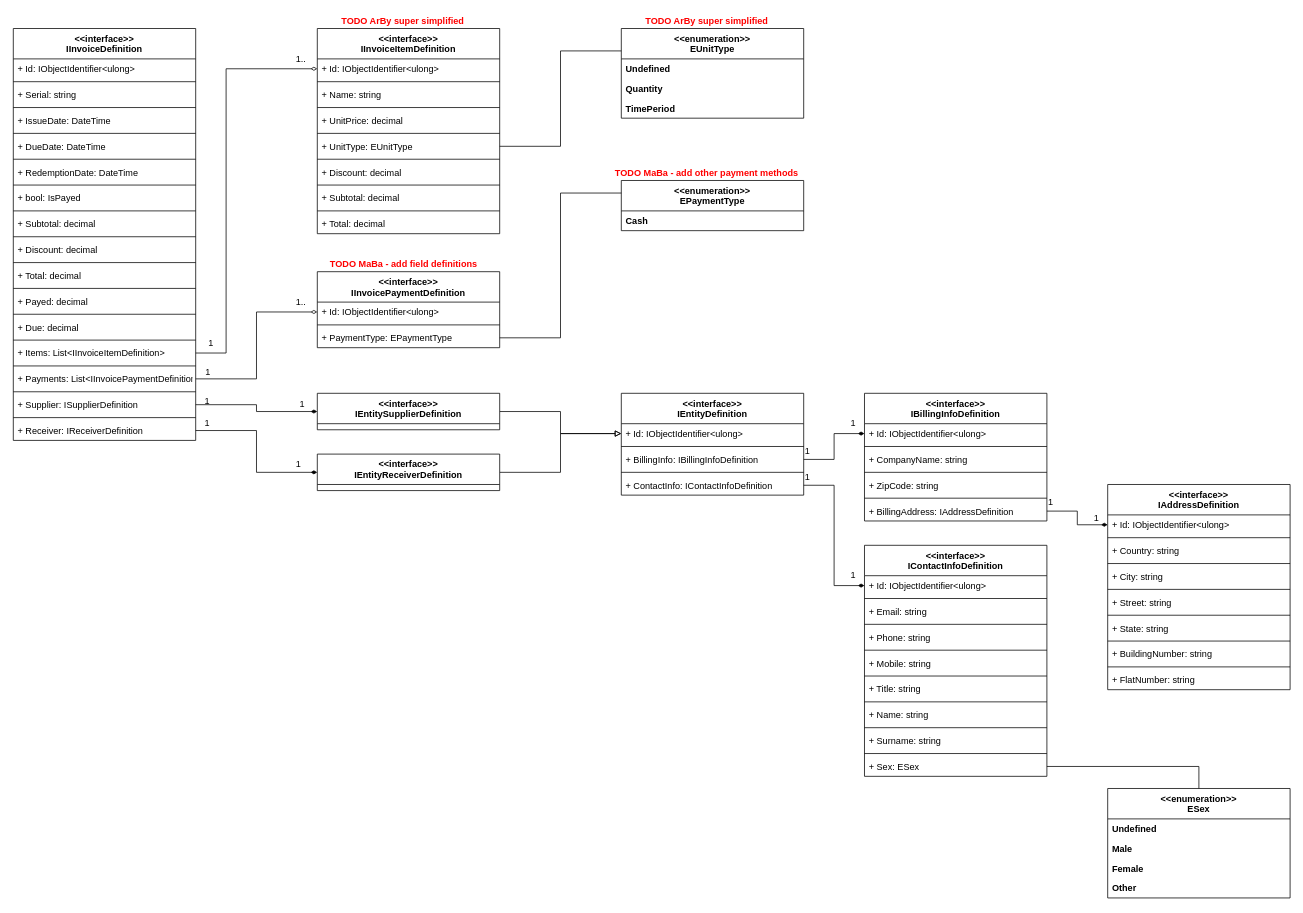
Earlier version of the draw.io diagram Documentation/Diagrams/UML-Model/ivms-model-uml-source.drawio (MaciejBesaraba/wsei-InvoiceManagmentStudio). Source tidied: cells renumbered, new cells numbered last; positions are measured from the earlier drawing's top-left corner, leaving out a move shared by most shapes. Both pictures are drawn from the tidied source at 76%, with x=0, y=0 at pixel (13, 13).
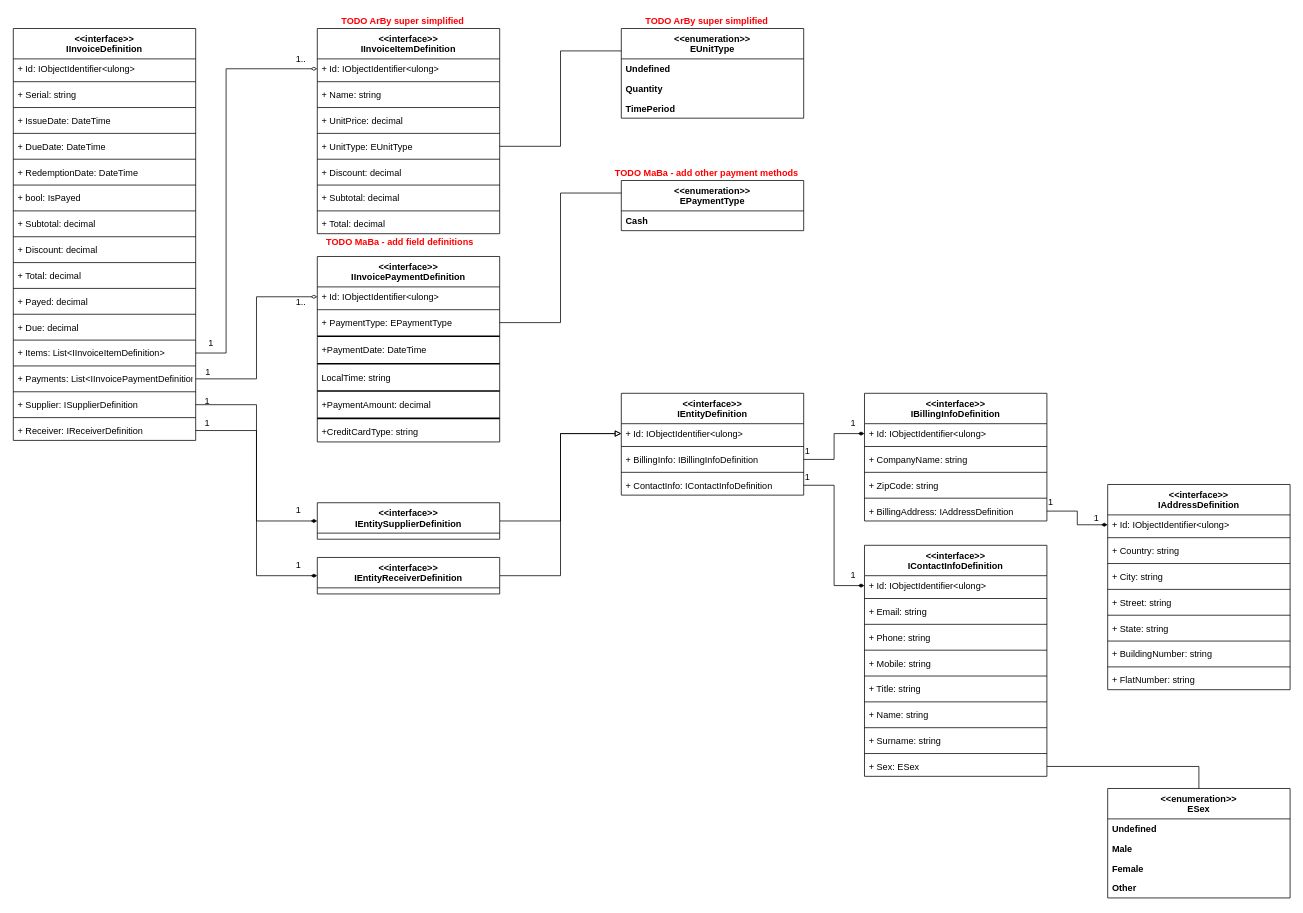
After the change.

What changed in the source:
```diff
@@
     <mxCell id="46" value="&lt;&lt;interface&gt;&gt;&#10;IInvoicePaymentDefinition" style="swimlane;fontStyle=1;align=center;verticalAlign=top;horizontal=1;startSize=40;" parent="1" vertex="1">
-      <mxGeometry x="400" y="340" width="240" height="100" as="geometry" />
+      <mxGeometry x="400" y="320" width="240" height="244" as="geometry" />
     </mxCell>
@@
+    <mxCell id="137" style="line;strokeWidth=2;html=1;fillColor=none;gradientColor=none;align=left;" parent="46" vertex="1">
+      <mxGeometry y="100" width="240" height="10" as="geometry" />
+    </mxCell>
+    <mxCell id="138" value="+PaymentDate: DateTime" style="text;strokeColor=none;fillColor=none;align=left;verticalAlign=top;spacingLeft=4;spacingRight=4;overflow=hidden;" parent="46" vertex="1">
+      <mxGeometry y="110" width="240" height="26" as="geometry" />
+    </mxCell>
+    <mxCell id="139" style="line;strokeWidth=2;html=1;fillColor=none;gradientColor=none;align=left;" parent="46" vertex="1">
+      <mxGeometry y="136" width="240" height="10" as="geometry" />
+    </mxCell>
+    <mxCell id="140" value="LocalTime: string" style="text;strokeColor=none;fillColor=none;align=left;verticalAlign=top;spacingLeft=4;spacingRight=4;overflow=hidden;" parent="46" vertex="1">
+      <mxGeometry y="146" width="240" height="26" as="geometry" />
+    </mxCell>
+    <mxCell id="141" style="line;strokeWidth=2;html=1;fillColor=none;gradientColor=none;align=left;" parent="46" vertex="1">
+      <mxGeometry y="172" width="240" height="10" as="geometry" />
+    </mxCell>
+    <mxCell id="142" value="+PaymentAmount: decimal" style="text;strokeColor=none;fillColor=none;align=left;verticalAlign=top;spacingLeft=4;spacingRight=4;overflow=hidden;" parent="46" vertex="1">
+      <mxGeometry y="182" width="240" height="26" as="geometry" />
+    </mxCell>
+    <mxCell id="143" style="line;strokeWidth=2;html=1;fillColor=none;gradientColor=none;align=left;" parent="46" vertex="1">
+      <mxGeometry y="208" width="240" height="10" as="geometry" />
+    </mxCell>
+    <mxCell id="144" value="+CreditCardType: string" style="text;strokeColor=none;fillColor=none;align=left;verticalAlign=top;spacingLeft=4;spacingRight=4;overflow=hidden;" parent="46" vertex="1">
+      <mxGeometry y="218" width="240" height="26" as="geometry" />
+    </mxCell>
@@
     <mxCell id="67" value="&lt;font color=&quot;#ff0000&quot;&gt;&lt;b&gt;TODO MaBa - add field definitions&lt;/b&gt;&lt;/font&gt;" style="text;html=1;align=left;verticalAlign=top;spacingTop=-4;" parent="1" vertex="1">
-      <mxGeometry x="415" y="320" width="210" height="20" as="geometry" />
+      <mxGeometry x="410" y="292" width="210" height="20" as="geometry" />
     </mxCell>
@@
     <mxCell id="69" value="&lt;&lt;interface&gt;&gt;&#10;IEntitySupplierDefinition" style="swimlane;fontStyle=1;align=center;verticalAlign=top;horizontal=1;startSize=40;" parent="1" vertex="1">
-      <mxGeometry x="400" y="500" width="240" height="48" as="geometry" />
+      <mxGeometry x="400" y="644" width="240" height="48" as="geometry" />
     </mxCell>
@@
     <mxCell id="71" value="&lt;&lt;interface&gt;&gt;&#10;IEntityReceiverDefinition" style="swimlane;fontStyle=1;align=center;verticalAlign=top;horizontal=1;startSize=40;" parent="1" vertex="1">
-      <mxGeometry x="400" y="580" width="240" height="48" as="geometry" />
+      <mxGeometry x="400" y="716" width="240" height="48" as="geometry" />
     </mxCell>
@@
     <mxCell id="81" value="1" style="text;html=1;align=left;verticalAlign=top;spacingTop=-4;" parent="1" vertex="1">
-      <mxGeometry x="375" y="504" width="20" height="20" as="geometry" />
+      <mxGeometry x="370" y="644" width="20" height="20" as="geometry" />
     </mxCell>
@@
     <mxCell id="83" value="1" style="text;html=1;align=left;verticalAlign=top;spacingTop=-4;" parent="1" vertex="1">
-      <mxGeometry x="370" y="584" width="20" height="20" as="geometry" />
+      <mxGeometry x="370" y="716" width="20" height="20" as="geometry" />
     </mxCell>
```
